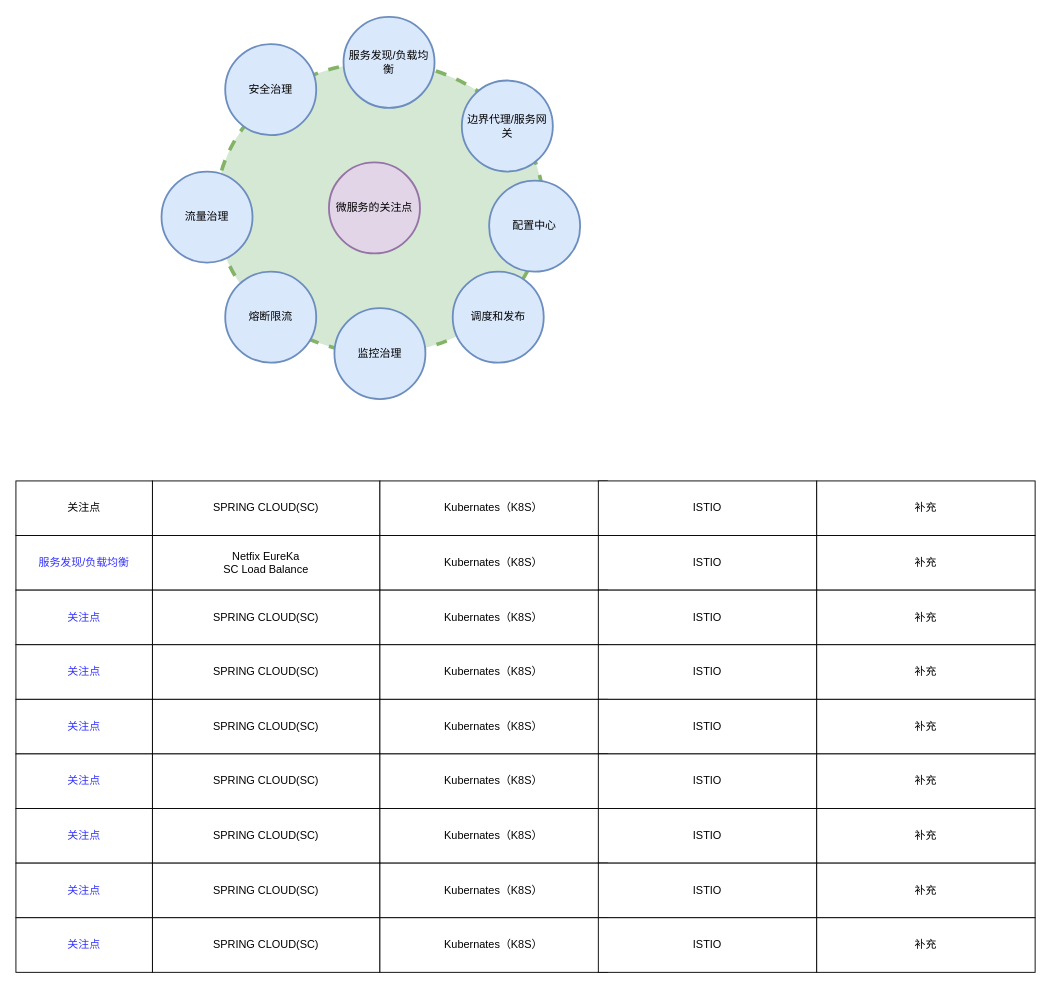
Before: page "Page-4" (4 of 5) of JVM (5).drawio in cruecrue/javastudy, a draw.io diagram. Source tidied: cells renumbered, new cells numbered last; positions are measured from the earlier drawing's top-left corner, leaving out a move shared by most shapes. Both pictures are drawn from the tidied source at 91%, with x=0, y=0 at pixel (15, 16).
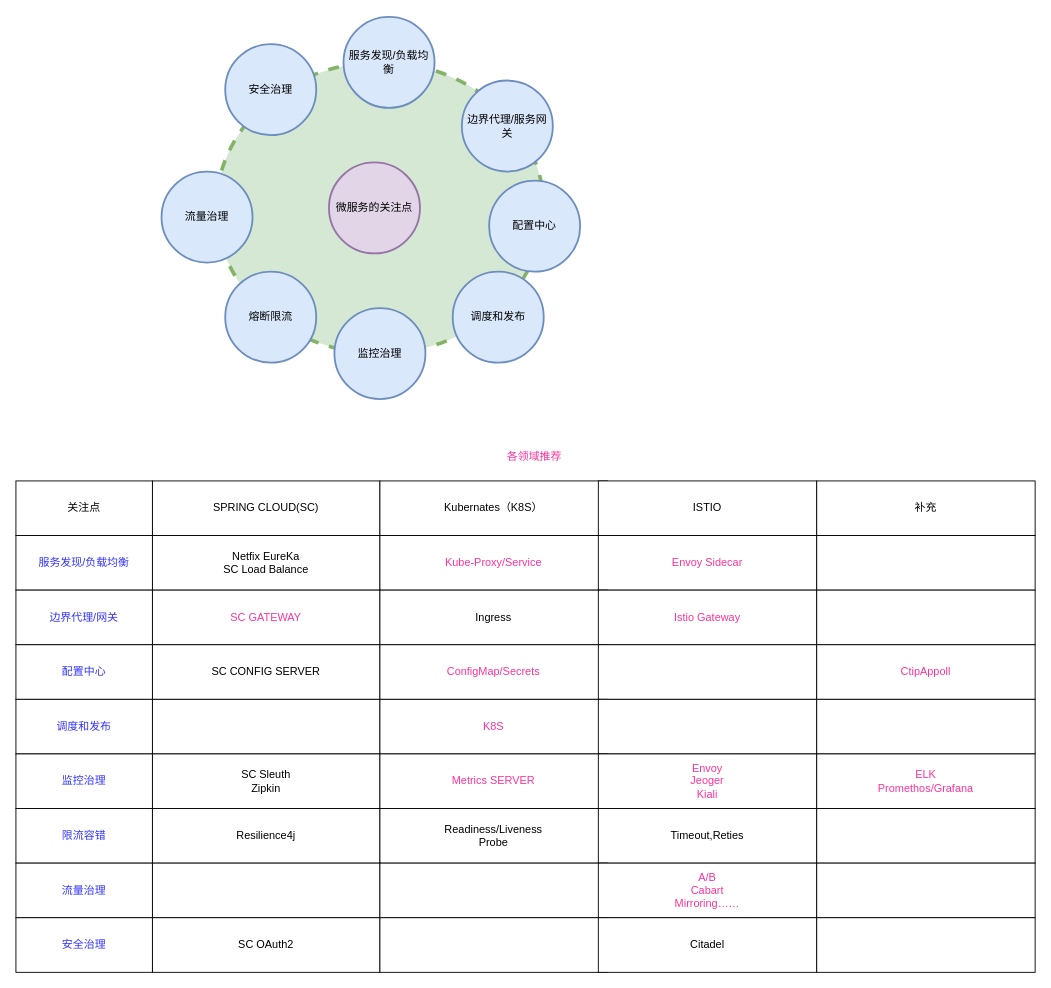
The same page after the edit.

The edit, as a diff of the source:
```diff
@@
-    <mxCell id="19" value="Kubernates（K8S）" style="rounded=0;whiteSpace=wrap;html=1;strokeWidth=1;" parent="1" vertex="1">
+    <mxCell id="19" value="&lt;font color=&quot;#ff3399&quot;&gt;Kube-Proxy/Service&lt;/font&gt;" style="rounded=0;whiteSpace=wrap;html=1;strokeWidth=1;" parent="1" vertex="1">
       <mxGeometry x="400" y="570" width="250" height="60" as="geometry" />
     </mxCell>
-    <mxCell id="20" value="ISTIO" style="rounded=0;whiteSpace=wrap;html=1;strokeWidth=1;" parent="1" vertex="1">
+    <mxCell id="20" value="Envoy Sidecar" style="rounded=0;whiteSpace=wrap;html=1;strokeWidth=1;fontColor=#FF3399;" parent="1" vertex="1">
       <mxGeometry x="640" y="570" width="240" height="60" as="geometry" />
     </mxCell>
-    <mxCell id="21" value="补充" style="rounded=0;whiteSpace=wrap;html=1;strokeWidth=1;" parent="1" vertex="1">
+    <mxCell id="21" style="rounded=0;whiteSpace=wrap;html=1;strokeWidth=1;" parent="1" vertex="1">
       <mxGeometry x="880" y="570" width="240" height="60" as="geometry" />
     </mxCell>
-    <mxCell id="22" value="关注点" style="rounded=0;whiteSpace=wrap;html=1;strokeWidth=1;fontColor=#3333FF;" parent="1" vertex="1">
+    <mxCell id="22" value="边界代理/网关" style="rounded=0;whiteSpace=wrap;html=1;strokeWidth=1;fontColor=#3333FF;" parent="1" vertex="1">
       <mxGeometry y="630" width="150" height="60" as="geometry" />
     </mxCell>
-    <mxCell id="23" value="SPRING CLOUD(SC)" style="rounded=0;whiteSpace=wrap;html=1;strokeWidth=1;" parent="1" vertex="1">
+    <mxCell id="23" value="SC GATEWAY" style="rounded=0;whiteSpace=wrap;html=1;strokeWidth=1;fontColor=#FF3399;" parent="1" vertex="1">
       <mxGeometry x="150" y="630" width="250" height="60" as="geometry" />
     </mxCell>
-    <mxCell id="24" value="Kubernates（K8S）" style="rounded=0;whiteSpace=wrap;html=1;strokeWidth=1;" parent="1" vertex="1">
+    <mxCell id="24" value="Ingress" style="rounded=0;whiteSpace=wrap;html=1;strokeWidth=1;" parent="1" vertex="1">
       <mxGeometry x="400" y="630" width="250" height="60" as="geometry" />
     </mxCell>
-    <mxCell id="25" value="ISTIO" style="rounded=0;whiteSpace=wrap;html=1;strokeWidth=1;" parent="1" vertex="1">
+    <mxCell id="25" value="Istio Gateway" style="rounded=0;whiteSpace=wrap;html=1;strokeWidth=1;fontColor=#FF3399;" parent="1" vertex="1">
       <mxGeometry x="640" y="630" width="240" height="60" as="geometry" />
     </mxCell>
-    <mxCell id="26" value="补充" style="rounded=0;whiteSpace=wrap;html=1;strokeWidth=1;" parent="1" vertex="1">
+    <mxCell id="26" style="rounded=0;whiteSpace=wrap;html=1;strokeWidth=1;" parent="1" vertex="1">
       <mxGeometry x="880" y="630" width="240" height="60" as="geometry" />
     </mxCell>
-    <mxCell id="27" value="关注点" style="rounded=0;whiteSpace=wrap;html=1;strokeWidth=1;fontColor=#3333FF;" parent="1" vertex="1">
+    <mxCell id="27" value="配置中心" style="rounded=0;whiteSpace=wrap;html=1;strokeWidth=1;fontColor=#3333FF;" parent="1" vertex="1">
       <mxGeometry y="690" width="150" height="60" as="geometry" />
     </mxCell>
-    <mxCell id="28" value="SPRING CLOUD(SC)" style="rounded=0;whiteSpace=wrap;html=1;strokeWidth=1;" parent="1" vertex="1">
+    <mxCell id="28" value="SC CONFIG SERVER" style="rounded=0;whiteSpace=wrap;html=1;strokeWidth=1;" parent="1" vertex="1">
       <mxGeometry x="150" y="690" width="250" height="60" as="geometry" />
     </mxCell>
-    <mxCell id="29" value="Kubernates（K8S）" style="rounded=0;whiteSpace=wrap;html=1;strokeWidth=1;" parent="1" vertex="1">
+    <mxCell id="29" value="ConfigMap/Secrets" style="rounded=0;whiteSpace=wrap;html=1;strokeWidth=1;fontColor=#FF3399;" parent="1" vertex="1">
       <mxGeometry x="400" y="690" width="250" height="60" as="geometry" />
     </mxCell>
-    <mxCell id="30" value="ISTIO" style="rounded=0;whiteSpace=wrap;html=1;strokeWidth=1;" parent="1" vertex="1">
+    <mxCell id="30" style="rounded=0;whiteSpace=wrap;html=1;strokeWidth=1;" parent="1" vertex="1">
       <mxGeometry x="640" y="690" width="240" height="60" as="geometry" />
     </mxCell>
-    <mxCell id="31" value="补充" style="rounded=0;whiteSpace=wrap;html=1;strokeWidth=1;" parent="1" vertex="1">
+    <mxCell id="31" value="CtipAppoll" style="rounded=0;whiteSpace=wrap;html=1;strokeWidth=1;fontColor=#FF3399;" parent="1" vertex="1">
       <mxGeometry x="880" y="690" width="240" height="60" as="geometry" />
     </mxCell>
-    <mxCell id="32" value="关注点" style="rounded=0;whiteSpace=wrap;html=1;strokeWidth=1;fontColor=#3333FF;" parent="1" vertex="1">
+    <mxCell id="32" value="调度和发布" style="rounded=0;whiteSpace=wrap;html=1;strokeWidth=1;fontColor=#3333FF;" parent="1" vertex="1">
       <mxGeometry y="750" width="150" height="60" as="geometry" />
     </mxCell>
-    <mxCell id="33" value="SPRING CLOUD(SC)" style="rounded=0;whiteSpace=wrap;html=1;strokeWidth=1;" parent="1" vertex="1">
+    <mxCell id="33" style="rounded=0;whiteSpace=wrap;html=1;strokeWidth=1;" parent="1" vertex="1">
       <mxGeometry x="150" y="750" width="250" height="60" as="geometry" />
     </mxCell>
-    <mxCell id="34" value="Kubernates（K8S）" style="rounded=0;whiteSpace=wrap;html=1;strokeWidth=1;" parent="1" vertex="1">
+    <mxCell id="34" value="K8S" style="rounded=0;whiteSpace=wrap;html=1;strokeWidth=1;fontColor=#FF3399;" parent="1" vertex="1">
       <mxGeometry x="400" y="750" width="250" height="60" as="geometry" />
     </mxCell>
-    <mxCell id="35" value="ISTIO" style="rounded=0;whiteSpace=wrap;html=1;strokeWidth=1;" parent="1" vertex="1">
+    <mxCell id="35" style="rounded=0;whiteSpace=wrap;html=1;strokeWidth=1;" parent="1" vertex="1">
       <mxGeometry x="640" y="750" width="240" height="60" as="geometry" />
     </mxCell>
-    <mxCell id="36" value="补充" style="rounded=0;whiteSpace=wrap;html=1;strokeWidth=1;" parent="1" vertex="1">
+    <mxCell id="36" style="rounded=0;whiteSpace=wrap;html=1;strokeWidth=1;" parent="1" vertex="1">
       <mxGeometry x="880" y="750" width="240" height="60" as="geometry" />
     </mxCell>
-    <mxCell id="37" value="关注点" style="rounded=0;whiteSpace=wrap;html=1;strokeWidth=1;fontColor=#3333FF;" parent="1" vertex="1">
+    <mxCell id="37" value="监控治理" style="rounded=0;whiteSpace=wrap;html=1;strokeWidth=1;fontColor=#3333FF;" parent="1" vertex="1">
       <mxGeometry y="810" width="150" height="60" as="geometry" />
     </mxCell>
-    <mxCell id="38" value="SPRING CLOUD(SC)" style="rounded=0;whiteSpace=wrap;html=1;strokeWidth=1;" parent="1" vertex="1">
+    <mxCell id="38" value="SC Sleuth&lt;br&gt;Zipkin" style="rounded=0;whiteSpace=wrap;html=1;strokeWidth=1;" parent="1" vertex="1">
       <mxGeometry x="150" y="810" width="250" height="60" as="geometry" />
     </mxCell>
-    <mxCell id="39" value="Kubernates（K8S）" style="rounded=0;whiteSpace=wrap;html=1;strokeWidth=1;" parent="1" vertex="1">
+    <mxCell id="39" value="Metrics SERVER" style="rounded=0;whiteSpace=wrap;html=1;strokeWidth=1;fontColor=#FF3399;" parent="1" vertex="1">
       <mxGeometry x="400" y="810" width="250" height="60" as="geometry" />
     </mxCell>
-    <mxCell id="40" value="ISTIO" style="rounded=0;whiteSpace=wrap;html=1;strokeWidth=1;" parent="1" vertex="1">
+    <mxCell id="40" value="Envoy&lt;br&gt;Jeoger&lt;br&gt;Kiali" style="rounded=0;whiteSpace=wrap;html=1;strokeWidth=1;fontColor=#FF3399;" parent="1" vertex="1">
       <mxGeometry x="640" y="810" width="240" height="60" as="geometry" />
     </mxCell>
-    <mxCell id="41" value="补充" style="rounded=0;whiteSpace=wrap;html=1;strokeWidth=1;" parent="1" vertex="1">
+    <mxCell id="41" value="ELK&lt;br&gt;Promethos/Grafana" style="rounded=0;whiteSpace=wrap;html=1;strokeWidth=1;fontColor=#FF3399;" parent="1" vertex="1">
       <mxGeometry x="880" y="810" width="240" height="60" as="geometry" />
     </mxCell>
-    <mxCell id="42" value="关注点" style="rounded=0;whiteSpace=wrap;html=1;strokeWidth=1;fontColor=#3333FF;" parent="1" vertex="1">
+    <mxCell id="42" value="限流容错" style="rounded=0;whiteSpace=wrap;html=1;strokeWidth=1;fontColor=#3333FF;" parent="1" vertex="1">
       <mxGeometry y="870" width="150" height="60" as="geometry" />
     </mxCell>
-    <mxCell id="43" value="SPRING CLOUD(SC)" style="rounded=0;whiteSpace=wrap;html=1;strokeWidth=1;" parent="1" vertex="1">
+    <mxCell id="43" value="Resilience4j" style="rounded=0;whiteSpace=wrap;html=1;strokeWidth=1;" parent="1" vertex="1">
       <mxGeometry x="150" y="870" width="250" height="60" as="geometry" />
     </mxCell>
-    <mxCell id="44" value="Kubernates（K8S）" style="rounded=0;whiteSpace=wrap;html=1;strokeWidth=1;" parent="1" vertex="1">
+    <mxCell id="44" value="Readiness/Liveness&lt;br&gt;Probe" style="rounded=0;whiteSpace=wrap;html=1;strokeWidth=1;" parent="1" vertex="1">
       <mxGeometry x="400" y="870" width="250" height="60" as="geometry" />
     </mxCell>
-    <mxCell id="45" value="ISTIO" style="rounded=0;whiteSpace=wrap;html=1;strokeWidth=1;" parent="1" vertex="1">
+    <mxCell id="45" value="Timeout,Reties" style="rounded=0;whiteSpace=wrap;html=1;strokeWidth=1;" parent="1" vertex="1">
       <mxGeometry x="640" y="870" width="240" height="60" as="geometry" />
     </mxCell>
-    <mxCell id="46" value="补充" style="rounded=0;whiteSpace=wrap;html=1;strokeWidth=1;" parent="1" vertex="1">
+    <mxCell id="46" style="rounded=0;whiteSpace=wrap;html=1;strokeWidth=1;" parent="1" vertex="1">
       <mxGeometry x="880" y="870" width="240" height="60" as="geometry" />
     </mxCell>
-    <mxCell id="47" value="关注点" style="rounded=0;whiteSpace=wrap;html=1;strokeWidth=1;fontColor=#3333FF;" parent="1" vertex="1">
+    <mxCell id="47" value="流量治理" style="rounded=0;whiteSpace=wrap;html=1;strokeWidth=1;fontColor=#3333FF;" parent="1" vertex="1">
       <mxGeometry y="930" width="150" height="60" as="geometry" />
     </mxCell>
-    <mxCell id="48" value="SPRING CLOUD(SC)" style="rounded=0;whiteSpace=wrap;html=1;strokeWidth=1;" parent="1" vertex="1">
+    <mxCell id="48" style="rounded=0;whiteSpace=wrap;html=1;strokeWidth=1;" parent="1" vertex="1">
       <mxGeometry x="150" y="930" width="250" height="60" as="geometry" />
     </mxCell>
-    <mxCell id="49" value="Kubernates（K8S）" style="rounded=0;whiteSpace=wrap;html=1;strokeWidth=1;" parent="1" vertex="1">
+    <mxCell id="49" style="rounded=0;whiteSpace=wrap;html=1;strokeWidth=1;" parent="1" vertex="1">
       <mxGeometry x="400" y="930" width="250" height="60" as="geometry" />
     </mxCell>
-    <mxCell id="50" value="ISTIO" style="rounded=0;whiteSpace=wrap;html=1;strokeWidth=1;" parent="1" vertex="1">
+    <mxCell id="50" value="A/B&lt;br&gt;Cabart&lt;br&gt;Mirroring……" style="rounded=0;whiteSpace=wrap;html=1;strokeWidth=1;fontColor=#FF3399;" parent="1" vertex="1">
       <mxGeometry x="640" y="930" width="240" height="60" as="geometry" />
     </mxCell>
-    <mxCell id="51" value="补充" style="rounded=0;whiteSpace=wrap;html=1;strokeWidth=1;" parent="1" vertex="1">
+    <mxCell id="51" style="rounded=0;whiteSpace=wrap;html=1;strokeWidth=1;" parent="1" vertex="1">
       <mxGeometry x="880" y="930" width="240" height="60" as="geometry" />
     </mxCell>
-    <mxCell id="52" value="关注点" style="rounded=0;whiteSpace=wrap;html=1;strokeWidth=1;fontColor=#3333FF;" parent="1" vertex="1">
+    <mxCell id="52" value="安全治理" style="rounded=0;whiteSpace=wrap;html=1;strokeWidth=1;fontColor=#3333FF;" parent="1" vertex="1">
       <mxGeometry y="990" width="150" height="60" as="geometry" />
     </mxCell>
-    <mxCell id="53" value="SPRING CLOUD(SC)" style="rounded=0;whiteSpace=wrap;html=1;strokeWidth=1;" parent="1" vertex="1">
+    <mxCell id="53" value="SC OAuth2" style="rounded=0;whiteSpace=wrap;html=1;strokeWidth=1;" parent="1" vertex="1">
       <mxGeometry x="150" y="990" width="250" height="60" as="geometry" />
     </mxCell>
-    <mxCell id="54" value="Kubernates（K8S）" style="rounded=0;whiteSpace=wrap;html=1;strokeWidth=1;" parent="1" vertex="1">
+    <mxCell id="54" style="rounded=0;whiteSpace=wrap;html=1;strokeWidth=1;" parent="1" vertex="1">
       <mxGeometry x="400" y="990" width="250" height="60" as="geometry" />
     </mxCell>
-    <mxCell id="55" value="ISTIO" style="rounded=0;whiteSpace=wrap;html=1;strokeWidth=1;" parent="1" vertex="1">
+    <mxCell id="55" value="Citadel" style="rounded=0;whiteSpace=wrap;html=1;strokeWidth=1;" parent="1" vertex="1">
       <mxGeometry x="640" y="990" width="240" height="60" as="geometry" />
     </mxCell>
-    <mxCell id="56" value="补充" style="rounded=0;whiteSpace=wrap;html=1;strokeWidth=1;" parent="1" vertex="1">
+    <mxCell id="56" style="rounded=0;whiteSpace=wrap;html=1;strokeWidth=1;" parent="1" vertex="1">
       <mxGeometry x="880" y="990" width="240" height="60" as="geometry" />
     </mxCell>
+    <mxCell id="57" value="各领域推荐" style="text;html=1;strokeColor=none;fillColor=none;align=center;verticalAlign=middle;whiteSpace=wrap;rounded=0;fontColor=#FF3399;" parent="1" vertex="1">
+      <mxGeometry x="480" y="468" width="180" height="30" as="geometry" />
+    </mxCell>
```
